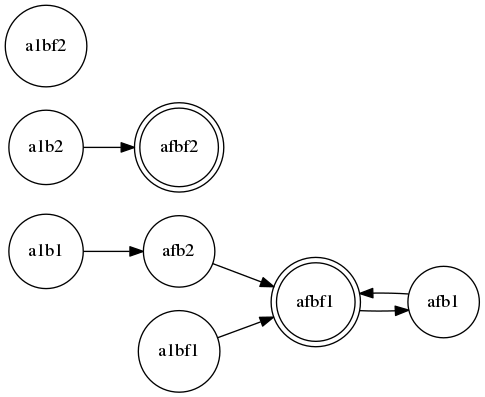
The Graphviz diagram exitTest.png in Caramelo18/COMP-Project, before a commit. Its source is kept beside it as exitTest.dot.
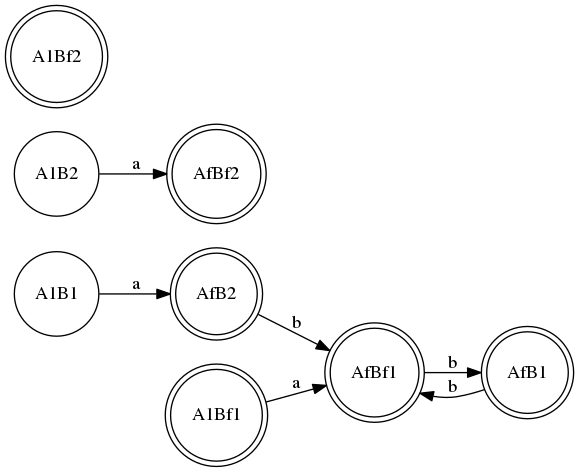
Later version of the same file.

Change to the diagram source:
```diff
@@ -1,17 +1,17 @@
 digraph {
 	graph [ "rankdir"="LR" ];
-	"afbf1" ["shape"="doublecircle"];
-	"afbf2" ["shape"="doublecircle"];
-	"afb1" ["shape"="circle"];
-	"afb2" ["shape"="circle"];
-	"a1bf1" ["shape"="circle"];
-	"a1bf2" ["shape"="circle"];
-	"a1b1" ["shape"="circle"];
-	"a1b2" ["shape"="circle"];
-	"a1b1" -> "afb2" ;
-	"a1b2" -> "afbf2" ;
-	"a1bf1" -> "afbf1" ;
-	"afb1" -> "afbf1" ;
-	"afb2" -> "afbf1" ;
-	"afbf1" -> "afb1" ;
+	"AfBf1" ["shape"="doublecircle"];
+	"AfBf2" ["shape"="doublecircle"];
+	"AfB1" ["shape"="doublecircle"];
+	"AfB2" ["shape"="doublecircle"];
+	"A1Bf1" ["shape"="doublecircle"];
+	"A1Bf2" ["shape"="doublecircle"];
+	"A1B1" ["shape"="circle"];
+	"A1B2" ["shape"="circle"];
+	"A1B1" -> "AfB2" ["label"="a"];
+	"A1B2" -> "AfBf2" ["label"="a"];
+	"A1Bf1" -> "AfBf1" ["label"="a"];
+	"AfB1" -> "AfBf1" ["label"="b"];
+	"AfB2" -> "AfBf1" ["label"="b"];
+	"AfBf1" -> "AfB1" ["label"="b"];
 }
```
